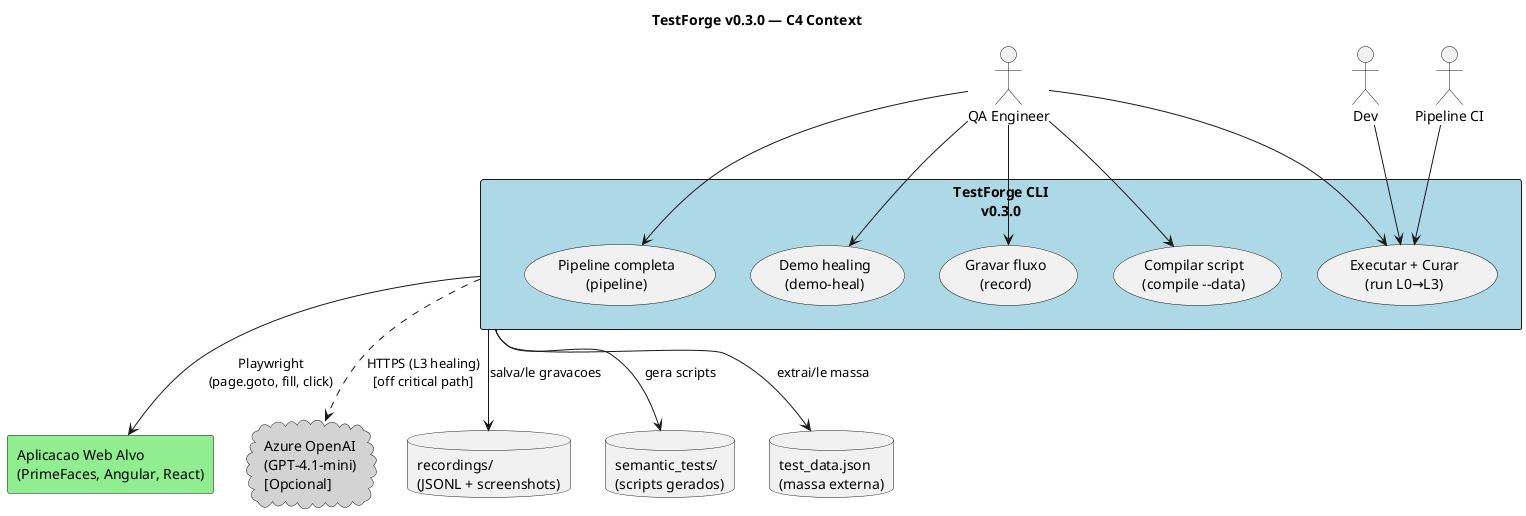
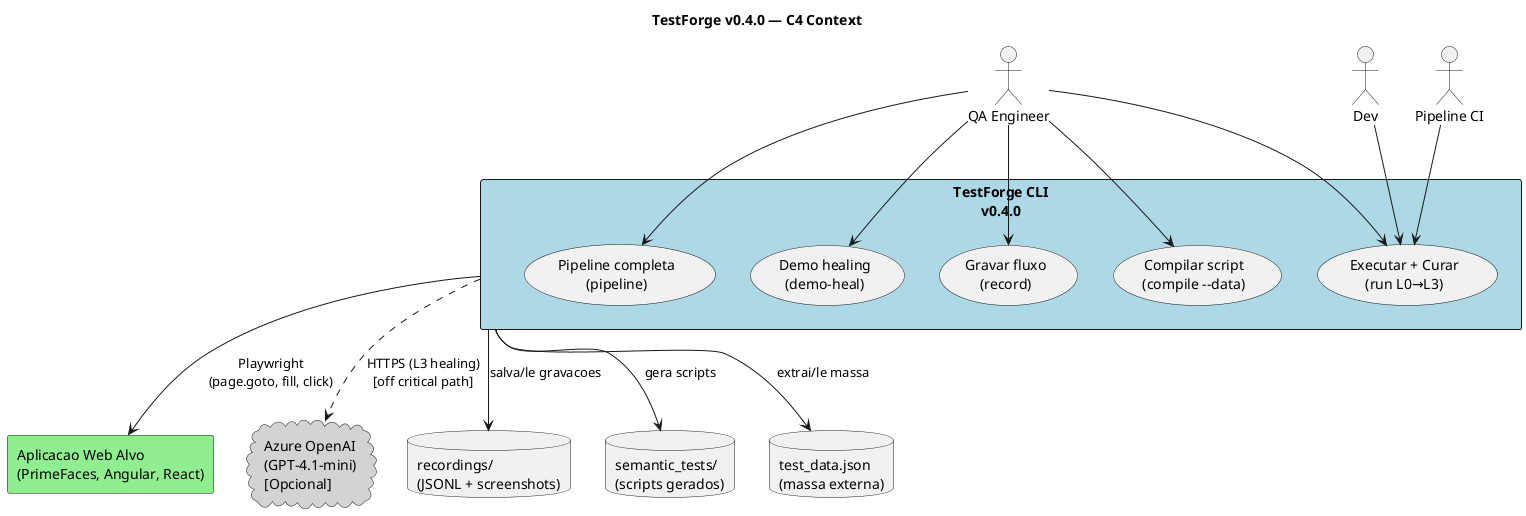
@startuml
- title TestForge v0.3.0 — C4 Context
+ title TestForge v0.4.0 — C4 Context

skinparam backgroundColor #FFFFFF
skinparam packageStyle rectangle

actor "QA Engineer" as QA

- rectangle "TestForge CLI\nv0.3.0" as TF #LightBlue {
+ rectangle "TestForge CLI\nv0.4.0" as TF #LightBlue {
  usecase "Gravar fluxo\n(record)" as UC1
  usecase "Compilar script\n(compile --data)" as UC2
  usecase "Executar + Curar\n(run L0→L3)" as UC3
  usecase "Pipeline completa\n(pipeline)" as UC4
  usecase "Demo healing\n(demo-heal)" as UC5
}

actor "Dev" as DEV
actor "Pipeline CI" as CI

rectangle "Aplicacao Web Alvo\n(PrimeFaces, Angular, React)" as APP #LightGreen

cloud "Azure OpenAI\n(GPT-4.1-mini)\n[Opcional]" as LLM #LightGray

database "recordings/\n(JSONL + screenshots)" as REC
database "semantic_tests/\n(scripts gerados)" as ST
database "test_data.json\n(massa externa)" as TD

QA --> UC1
QA --> UC2
QA --> UC3
QA --> UC4
QA --> UC5

DEV --> UC3
CI --> UC3

TF --> APP : Playwright\n(page.goto, fill, click)
TF --> REC : salva/le gravacoes
TF --> ST : gera scripts
TF --> TD : extrai/le massa

TF ..> LLM : HTTPS (L3 healing)\n[off critical path]

@enduml
